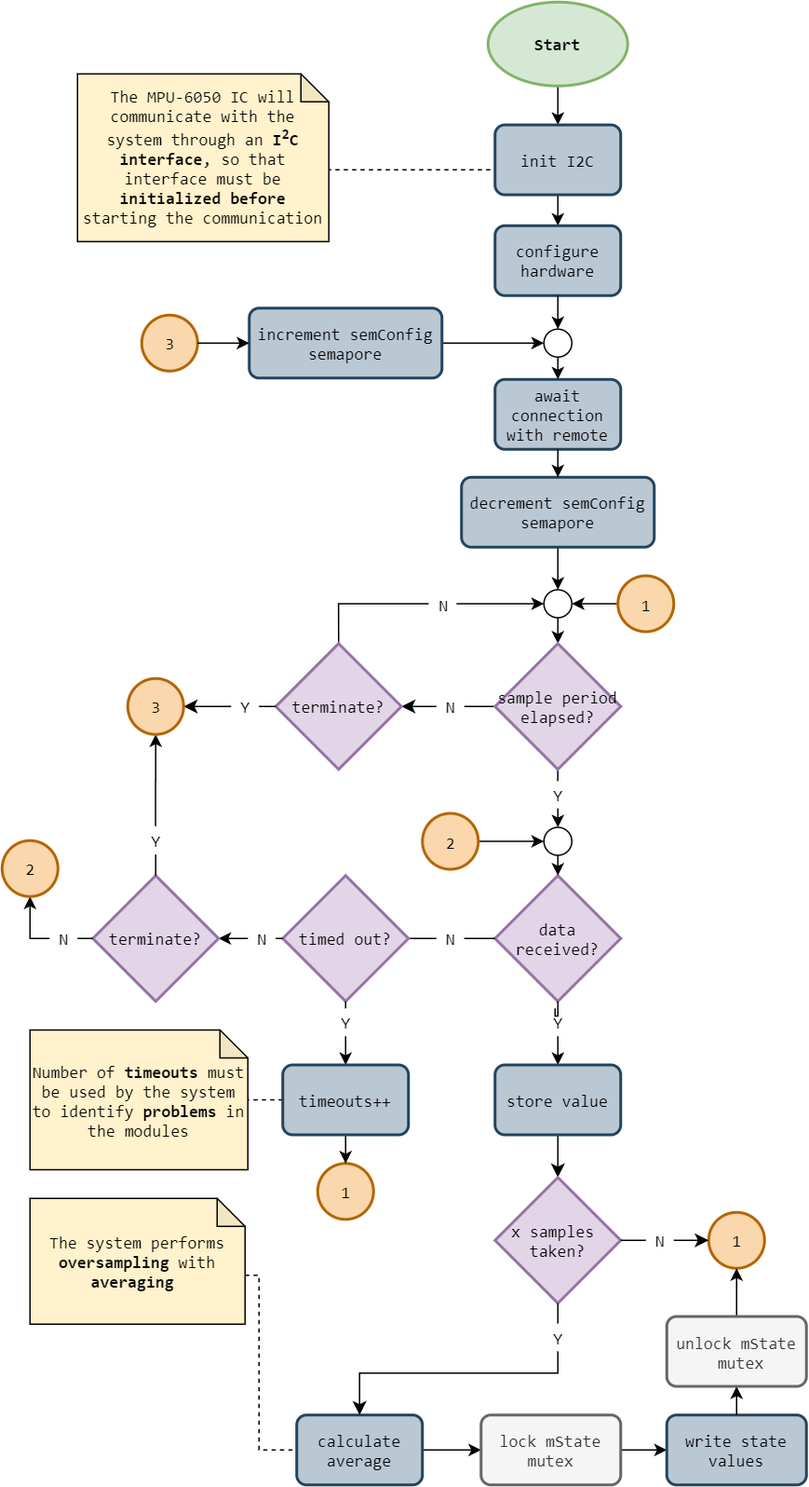
esrg-silent-howl/zephyrus keeps this draw.io diagram as 3. Design/3. Software Specification/acc_gyro_flowchart-local.png. Above is the earlier version. Source tidied: cells renumbered, new cells last; positions are measured from the earlier drawing's top-left corner, leaving out a move shared by most shapes.
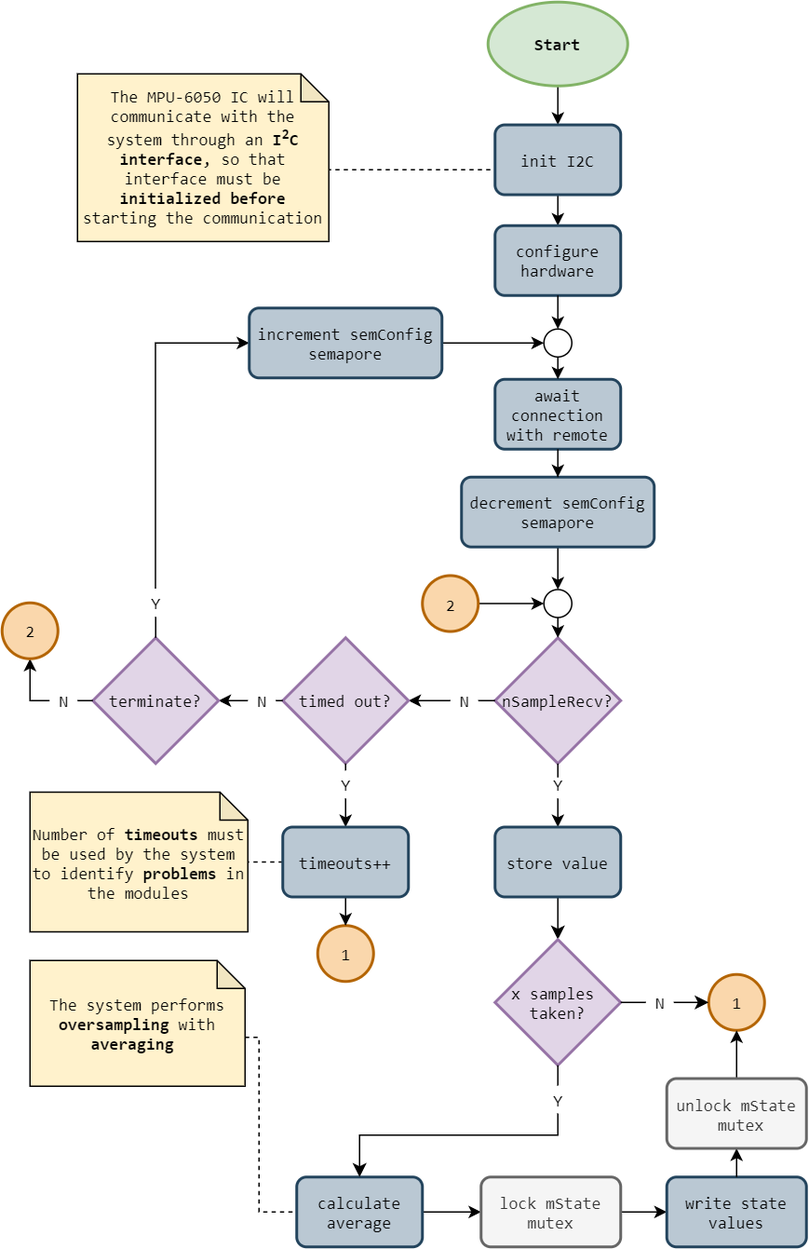
Above is the later version.

The edit, as a diff of the source:
```diff
@@ -6,19 +6,15 @@
       <mxGeometry relative="1" as="geometry" />
     </mxCell>
     <mxCell id="3" value="Start" style="strokeWidth=2;html=1;shape=mxgraph.flowchart.start_1;whiteSpace=wrap;fillColor=#d5e8d4;strokeColor=#82b366;fontStyle=1;fontFamily=Consolas;" parent="1" vertex="1">
-      <mxGeometry x="348" width="100" height="60" as="geometry" />
+      <mxGeometry x="348" y="170" width="100" height="60" as="geometry" />
     </mxCell>
     <mxCell id="4" style="edgeStyle=orthogonalEdgeStyle;rounded=0;jettySize=auto;html=1;exitX=0.5;exitY=1;exitDx=0;exitDy=0;exitPerimeter=0;entryX=0.5;entryY=0;entryDx=0;entryDy=0;fontFamily=Consolas;" parent="1" edge="1" source="32" target="57">
       <mxGeometry relative="1" as="geometry" />
     </mxCell>
-    <mxCell id="5" style="edgeStyle=orthogonalEdgeStyle;rounded=0;jettySize=auto;html=1;exitX=0;exitY=0.5;exitDx=0;exitDy=0;exitPerimeter=0;fontFamily=Consolas;" parent="1" edge="1" source="30" target="17">
-      <mxGeometry relative="1" as="geometry">
-        <Array as="points">
-          <mxPoint x="246" y="670.5" />
-        </Array>
-      </mxGeometry>
+    <mxCell id="5" style="edgeStyle=orthogonalEdgeStyle;rounded=0;jettySize=auto;html=1;exitX=0;exitY=0.5;exitDx=0;exitDy=0;exitPerimeter=0;fontFamily=Consolas;entryX=1;entryY=0.5;entryDx=0;entryDy=0;entryPerimeter=0;" parent="1" edge="1" source="30" target="17">
+      <mxGeometry relative="1" as="geometry" />
     </mxCell>
-    <mxCell id="6" value="data&lt;br&gt;received?" style="strokeWidth=2;html=1;shape=mxgraph.flowchart.decision;whiteSpace=wrap;fillColor=#e1d5e7;strokeColor=#9673a6;fontFamily=Consolas;" parent="1" vertex="1">
+    <mxCell id="6" value="nSampleRecv?" style="strokeWidth=2;html=1;shape=mxgraph.flowchart.decision;whiteSpace=wrap;fillColor=#e1d5e7;strokeColor=#9673a6;fontFamily=Consolas;" parent="1" vertex="1">
       <mxGeometry x="353" y="625" width="90" height="90" as="geometry" />
     </mxCell>
     <mxCell id="7" style="edgeStyle=orthogonalEdgeStyle;rounded=0;jettySize=auto;html=1;exitX=0.5;exitY=1;exitDx=0;exitDy=0;exitPerimeter=0;entryX=0.5;entryY=0;entryDx=0;entryDy=0;entryPerimeter=0;fontFamily=Consolas;" parent="1" edge="1" source="12" target="6">
@@ -27,9 +23,6 @@
     <mxCell id="8" style="edgeStyle=orthogonalEdgeStyle;rounded=0;jettySize=auto;html=1;exitX=0.5;exitY=1;exitDx=0;exitDy=0;entryX=0.5;entryY=0;entryDx=0;entryDy=0;fontFamily=Consolas;" parent="1" edge="1" source="54" target="55">
       <mxGeometry relative="1" as="geometry" />
     </mxCell>
-    <mxCell id="9" style="edgeStyle=orthogonalEdgeStyle;rounded=0;jettySize=auto;html=1;exitX=0.5;exitY=1;exitDx=0;exitDy=0;entryX=0.5;entryY=0;entryDx=0;entryDy=0;entryPerimeter=0;fontFamily=Consolas;" parent="1" edge="1" source="14" target="39">
-      <mxGeometry relative="1" as="geometry" />
-    </mxCell>
     <mxCell id="10" style="edgeStyle=orthogonalEdgeStyle;rounded=0;jettySize=auto;html=1;dashed=1;endArrow=none;endFill=0;exitX=0;exitY=0;exitDx=154;exitDy=55;exitPerimeter=0;entryX=0;entryY=0.5;entryDx=0;entryDy=0;fontFamily=Consolas;" parent="1" edge="1" source="11" target="60">
       <mxGeometry relative="1" as="geometry">
         <Array as="points">
@@ -44,12 +37,6 @@
     <mxCell id="12" style="ellipse;whiteSpace=wrap;html=1;fontFamily=Consolas;" parent="1" vertex="1">
       <mxGeometry x="388" y="590.5" width="20" height="20" as="geometry" />
     </mxCell>
-    <mxCell id="13" style="edgeStyle=orthogonalEdgeStyle;rounded=0;jettySize=auto;html=1;exitX=0.5;exitY=1;exitDx=0;exitDy=0;exitPerimeter=0;entryX=0.5;entryY=0;entryDx=0;entryDy=0;entryPerimeter=0;fontFamily=Consolas;" parent="1" edge="1" source="29" target="12">
-      <mxGeometry relative="1" as="geometry" />
-    </mxCell>
-    <mxCell id="14" style="ellipse;whiteSpace=wrap;html=1;fontFamily=Consolas;" parent="1" vertex="1">
-      <mxGeometry x="388" y="420.5" width="20" height="20" as="geometry" />
-    </mxCell>
     <mxCell id="15" style="edgeStyle=orthogonalEdgeStyle;rounded=0;jettySize=auto;html=1;exitX=0;exitY=0.5;exitDx=0;exitDy=0;exitPerimeter=0;entryX=1;entryY=0.5;entryDx=0;entryDy=0;entryPerimeter=0;startArrow=none;startFill=0;endArrow=classic;endFill=1;fontFamily=Consolas;" parent="1" edge="1" source="46" target="43">
       <mxGeometry relative="1" as="geometry" />
     </mxCell>
@@ -59,19 +46,10 @@
     <mxCell id="17" value="timed out?" style="strokeWidth=2;html=1;shape=mxgraph.flowchart.decision;whiteSpace=wrap;fillColor=#e1d5e7;strokeColor=#9673a6;fontFamily=Consolas;" parent="1" vertex="1">
       <mxGeometry x="201" y="625" width="90" height="90" as="geometry" />
     </mxCell>
-    <mxCell id="18" style="edgeStyle=orthogonalEdgeStyle;rounded=0;jettySize=auto;html=1;endArrow=classic;endFill=1;exitX=0;exitY=0.5;exitDx=0;exitDy=0;exitPerimeter=0;fontFamily=Consolas;" parent="1" edge="1" source="19" target="14">
-      <mxGeometry relative="1" as="geometry">
-        <Array as="points">
-          <mxPoint x="441" y="430.5" />
-          <mxPoint x="441" y="430.5" />
-        </Array>
-      </mxGeometry>
-    </mxCell>
-    <mxCell id="19" value="1" style="verticalLabelPosition=middle;verticalAlign=middle;html=1;shape=mxgraph.flowchart.on-page_reference;strokeWidth=2;align=center;labelPosition=center;fillColor=#fad7ac;strokeColor=#b46504;fontFamily=Consolas;" parent="1" vertex="1">
-      <mxGeometry x="441" y="410.5" width="40" height="40" as="geometry" />
-    </mxCell>
-    <mxCell id="20" style="edgeStyle=orthogonalEdgeStyle;rounded=0;jettySize=auto;html=1;exitX=0.5;exitY=1;exitDx=0;exitDy=0;fontFamily=Consolas;" parent="1" edge="1" source="86" target="14">
-      <mxGeometry relative="1" as="geometry" />
+    <mxCell id="20" style="edgeStyle=orthogonalEdgeStyle;rounded=0;jettySize=auto;html=1;exitX=0.5;exitY=1;exitDx=0;exitDy=0;fontFamily=Consolas;" parent="1" edge="1" source="86">
+      <mxGeometry relative="1" as="geometry">
+        <mxPoint x="398" y="590.5" as="targetPoint" />
+      </mxGeometry>
     </mxCell>
     <mxCell id="21" value="1" style="verticalLabelPosition=middle;verticalAlign=middle;html=1;shape=mxgraph.flowchart.on-page_reference;strokeWidth=2;align=center;labelPosition=center;fillColor=#fad7ac;strokeColor=#b46504;fontFamily=Consolas;" parent="1" vertex="1">
       <mxGeometry x="226" y="831" width="40" height="40" as="geometry" />
@@ -92,29 +70,21 @@
     <mxCell id="25" style="edgeStyle=orthogonalEdgeStyle;rounded=0;jettySize=auto;html=1;endArrow=none;endFill=0;dashed=1;entryX=0;entryY=0.5;entryDx=0;entryDy=0;fontFamily=Consolas;exitX=0;exitY=0;exitDx=180;exitDy=70;exitPerimeter=0;" parent="1" edge="1" source="26" target="54">
       <mxGeometry relative="1" as="geometry">
         <Array as="points">
-          <mxPoint x="353" y="120" />
+          <mxPoint x="353" y="290" />
         </Array>
       </mxGeometry>
     </mxCell>
     <mxCell id="26" value="The MPU-6050 IC will communicate with the system through an &lt;b&gt;I&lt;sup&gt;2&lt;/sup&gt;C interface&lt;/b&gt;, so that interface must be &lt;b&gt;initialized before&lt;/b&gt; starting the communication" style="shape=note;html=1;backgroundOutline=1;darkOpacity=0.05;size=20;fillColor=#fff2cc;strokeColor=#000000;whiteSpace=wrap;fontFamily=Consolas;" parent="1" vertex="1">
-      <mxGeometry x="54" y="51.4" width="180" height="120" as="geometry" />
+      <mxGeometry x="54" y="221.4" width="180" height="120" as="geometry" />
     </mxCell>
-    <mxCell id="27" style="edgeStyle=orthogonalEdgeStyle;rounded=0;jettySize=auto;html=1;entryX=0;entryY=0.5;entryDx=0;entryDy=0;endArrow=classic;endFill=1;fontFamily=Consolas;" parent="1" edge="1" source="34" target="14">
-      <mxGeometry relative="1" as="geometry" />
-    </mxCell>
-    <mxCell id="28" style="edgeStyle=orthogonalEdgeStyle;rounded=0;jettySize=auto;html=1;startArrow=none;startFill=0;endArrow=none;endFill=0;entryX=0.5;entryY=1;entryDx=0;entryDy=0;entryPerimeter=0;exitX=0.495;exitY=0.019;exitDx=0;exitDy=0;exitPerimeter=0;fontFamily=Consolas;" parent="1" edge="1" source="29" target="39">
-      <mxGeometry relative="1" as="geometry" />
-    </mxCell>
-    <mxCell id="29" value="Y" style="text;html=1;align=center;verticalAlign=middle;points=[];fontFamily=Consolas;" parent="1" vertex="1">
-      <mxGeometry x="388" y="557" width="20" height="20" as="geometry" />
-    </mxCell>
     <mxCell id="30" value="N" style="text;html=1;align=center;verticalAlign=middle;points=[];fontFamily=Consolas;" parent="1" vertex="1">
-      <mxGeometry x="311" y="660" width="20" height="20" as="geometry" />
+      <mxGeometry x="321" y="660" width="20" height="20" as="geometry" />
     </mxCell>
     <mxCell id="31" style="edgeStyle=orthogonalEdgeStyle;rounded=0;jettySize=auto;html=1;exitX=0;exitY=0.5;exitDx=0;exitDy=0;exitPerimeter=0;endArrow=none;endFill=0;fontFamily=Consolas;" parent="1" edge="1" source="6" target="30">
       <mxGeometry relative="1" as="geometry">
         <Array as="points">
-          <mxPoint x="331" y="670.5" />
+          <mxPoint x="344" y="670" />
+          <mxPoint x="344" y="670" />
         </Array>
       </mxGeometry>
     </mxCell>
@@ -124,35 +94,10 @@
     <mxCell id="33" style="edgeStyle=orthogonalEdgeStyle;rounded=0;jettySize=auto;html=1;exitX=0.5;exitY=1;exitDx=0;exitDy=0;exitPerimeter=0;endArrow=none;endFill=0;fontFamily=Consolas;" parent="1" edge="1" source="6" target="32">
       <mxGeometry relative="1" as="geometry">
         <Array as="points">
-          <mxPoint x="396" y="725.5" />
-          <mxPoint x="396" y="725.5" />
+          <mxPoint x="398" y="725" />
         </Array>
       </mxGeometry>
     </mxCell>
-    <mxCell id="34" value="N" style="text;html=1;align=center;verticalAlign=middle;points=[];fontFamily=Consolas;" parent="1" vertex="1">
-      <mxGeometry x="305.5" y="420.5" width="20" height="20" as="geometry" />
-    </mxCell>
-    <mxCell id="35" style="edgeStyle=orthogonalEdgeStyle;rounded=0;jettySize=auto;html=1;exitX=0.5;exitY=0;exitDx=0;exitDy=0;exitPerimeter=0;entryX=0;entryY=0.5;entryDx=0;entryDy=0;endArrow=none;endFill=0;fontFamily=Consolas;" parent="1" edge="1" source="41" target="34">
-      <mxGeometry relative="1" as="geometry" />
-    </mxCell>
-    <mxCell id="36" style="edgeStyle=orthogonalEdgeStyle;rounded=0;jettySize=auto;html=1;entryX=1;entryY=0.5;entryDx=0;entryDy=0;entryPerimeter=0;startArrow=none;startFill=0;endArrow=classic;endFill=1;endSize=7;fontFamily=Consolas;" parent="1" edge="1" source="37" target="41">
-      <mxGeometry relative="1" as="geometry" />
-    </mxCell>
-    <mxCell id="37" value="N" style="text;html=1;align=center;verticalAlign=middle;points=[];fontFamily=Consolas;" parent="1" vertex="1">
-      <mxGeometry x="311" y="494" width="20" height="20" as="geometry" />
-    </mxCell>
-    <mxCell id="38" style="edgeStyle=orthogonalEdgeStyle;rounded=0;jettySize=auto;html=1;exitX=0;exitY=0.5;exitDx=0;exitDy=0;exitPerimeter=0;fontFamily=Consolas;endArrow=none;endFill=0;" parent="1" edge="1" source="39" target="37">
-      <mxGeometry relative="1" as="geometry" />
-    </mxCell>
-    <mxCell id="39" value="sample period&lt;br&gt;elapsed?" style="strokeWidth=2;html=1;shape=mxgraph.flowchart.decision;whiteSpace=wrap;fillColor=#e1d5e7;strokeColor=#9673a6;fontFamily=Consolas;" parent="1" vertex="1">
-      <mxGeometry x="353" y="459" width="90" height="90" as="geometry" />
-    </mxCell>
-    <mxCell id="40" style="edgeStyle=orthogonalEdgeStyle;rounded=0;jettySize=auto;html=1;exitX=0;exitY=0.5;exitDx=0;exitDy=0;exitPerimeter=0;entryX=1;entryY=0.5;entryDx=0;entryDy=0;startArrow=none;startFill=0;endArrow=classic;endFill=1;endSize=7;fontFamily=Consolas;entryPerimeter=0;" parent="1" edge="1" source="49" target="83">
-      <mxGeometry relative="1" as="geometry" />
-    </mxCell>
-    <mxCell id="41" value="terminate?" style="strokeWidth=2;html=1;shape=mxgraph.flowchart.decision;whiteSpace=wrap;fillColor=#e1d5e7;strokeColor=#9673a6;fontFamily=Consolas;" parent="1" vertex="1">
-      <mxGeometry x="196" y="459" width="90" height="90" as="geometry" />
-    </mxCell>
     <mxCell id="42" style="edgeStyle=orthogonalEdgeStyle;rounded=0;jettySize=auto;html=1;exitX=0;exitY=0.5;exitDx=0;exitDy=0;exitPerimeter=0;entryX=0.5;entryY=1;entryDx=0;entryDy=0;entryPerimeter=0;startArrow=none;startFill=0;endArrow=classic;endFill=1;" parent="1" edge="1" source="75" target="74">
       <mxGeometry relative="1" as="geometry" />
     </mxCell>
@@ -179,31 +124,20 @@
         </Array>
       </mxGeometry>
     </mxCell>
-    <mxCell id="49" value="Y" style="text;html=1;align=center;verticalAlign=middle;points=[];fontFamily=Consolas;" parent="1" vertex="1">
-      <mxGeometry x="164" y="494" width="20" height="20" as="geometry" />
-    </mxCell>
-    <mxCell id="50" style="edgeStyle=orthogonalEdgeStyle;rounded=0;jettySize=auto;html=1;exitX=0;exitY=0.5;exitDx=0;exitDy=0;exitPerimeter=0;startArrow=none;startFill=0;endArrow=none;endFill=0;endSize=7;fontFamily=Consolas;" parent="1" edge="1" source="41" target="49">
-      <mxGeometry relative="1" as="geometry">
-        <Array as="points">
-          <mxPoint x="184" y="504" />
-          <mxPoint x="184" y="504" />
-        </Array>
-      </mxGeometry>
-    </mxCell>
     <mxCell id="51" value="Y" style="text;html=1;align=center;verticalAlign=middle;points=[];fontFamily=Consolas;" parent="1" vertex="1">
       <mxGeometry x="100" y="590" width="20" height="20" as="geometry" />
     </mxCell>
-    <mxCell id="52" style="edgeStyle=orthogonalEdgeStyle;rounded=0;jettySize=auto;html=1;startArrow=classic;startFill=1;endArrow=none;endFill=0;endSize=7;entryX=0.495;entryY=-0.014;entryDx=0;entryDy=0;entryPerimeter=0;fontFamily=Consolas;" parent="1" edge="1" source="83" target="51">
+    <mxCell id="52" style="edgeStyle=orthogonalEdgeStyle;rounded=0;jettySize=auto;html=1;startArrow=classic;startFill=1;endArrow=none;endFill=0;endSize=7;entryX=0.495;entryY=-0.014;entryDx=0;entryDy=0;entryPerimeter=0;fontFamily=Consolas;exitX=0;exitY=0.5;exitDx=0;exitDy=0;" parent="1" edge="1" source="88" target="51">
       <mxGeometry relative="1" as="geometry" />
     </mxCell>
     <mxCell id="53" value="1" style="verticalLabelPosition=middle;verticalAlign=middle;html=1;shape=mxgraph.flowchart.on-page_reference;strokeWidth=2;align=center;labelPosition=center;fillColor=#fad7ac;strokeColor=#b46504;fontFamily=Consolas;" parent="1" vertex="1">
       <mxGeometry x="506" y="866" width="40" height="40" as="geometry" />
     </mxCell>
     <mxCell id="54" value="init I2C" style="rounded=1;whiteSpace=wrap;html=1;absoluteArcSize=1;arcSize=14;strokeWidth=2;fillColor=#bac8d3;strokeColor=#23445d;fontFamily=Consolas;" parent="1" vertex="1">
-      <mxGeometry x="353" y="87.9" width="90" height="50" as="geometry" />
+      <mxGeometry x="353" y="257.9" width="90" height="50" as="geometry" />
     </mxCell>
     <mxCell id="55" value="configure hardware" style="rounded=1;whiteSpace=wrap;html=1;absoluteArcSize=1;arcSize=14;strokeWidth=2;fillColor=#bac8d3;strokeColor=#23445d;fontFamily=Consolas;" parent="1" vertex="1">
-      <mxGeometry x="353" y="160" width="90" height="50" as="geometry" />
+      <mxGeometry x="353" y="330" width="90" height="50" as="geometry" />
     </mxCell>
     <mxCell id="56" style="edgeStyle=orthogonalEdgeStyle;rounded=0;jettySize=auto;html=1;exitX=0.5;exitY=1;exitDx=0;exitDy=0;entryX=0.5;entryY=0;entryDx=0;entryDy=0;entryPerimeter=0;startArrow=none;startFill=0;endArrow=classic;endFill=1;endSize=7;fontFamily=Consolas;" parent="1" edge="1" source="57" target="63">
       <mxGeometry relative="1" as="geometry" />
@@ -282,47 +216,38 @@
       <mxGeometry x="301" y="580.5" width="40" height="40" as="geometry" />
     </mxCell>
     <mxCell id="79" value="await connection with remote" style="rounded=1;whiteSpace=wrap;html=1;absoluteArcSize=1;arcSize=14;strokeWidth=2;fillColor=#bac8d3;strokeColor=#23445d;fontFamily=Consolas;" parent="1" vertex="1">
-      <mxGeometry x="353" y="270" width="90" height="50" as="geometry" />
+      <mxGeometry x="353" y="440" width="90" height="50" as="geometry" />
     </mxCell>
     <mxCell id="80" style="edgeStyle=orthogonalEdgeStyle;rounded=0;jettySize=auto;html=1;exitX=0.5;exitY=1;exitDx=0;exitDy=0;fontFamily=Consolas;" parent="1" edge="1" source="81" target="79">
       <mxGeometry relative="1" as="geometry">
         <Array as="points">
-          <mxPoint x="398" y="260" />
-          <mxPoint x="398" y="260" />
+          <mxPoint x="398" y="430" />
+          <mxPoint x="398" y="430" />
         </Array>
       </mxGeometry>
     </mxCell>
     <mxCell id="81" style="ellipse;whiteSpace=wrap;html=1;fontFamily=Consolas;" parent="1" vertex="1">
-      <mxGeometry x="388" y="234" width="20" height="20" as="geometry" />
+      <mxGeometry x="388" y="404" width="20" height="20" as="geometry" />
     </mxCell>
     <mxCell id="82" style="edgeStyle=orthogonalEdgeStyle;rounded=0;jettySize=auto;html=1;exitX=0.5;exitY=1;exitDx=0;exitDy=0;fontFamily=Consolas;" parent="1" edge="1" source="55" target="81">
       <mxGeometry relative="1" as="geometry">
         <Array as="points">
-          <mxPoint x="398" y="230" />
-          <mxPoint x="398" y="230" />
+          <mxPoint x="398" y="400" />
+          <mxPoint x="398" y="400" />
         </Array>
       </mxGeometry>
     </mxCell>
-    <mxCell id="83" value="3" style="verticalLabelPosition=middle;verticalAlign=middle;html=1;shape=mxgraph.flowchart.on-page_reference;strokeWidth=2;align=center;labelPosition=center;fillColor=#fad7ac;strokeColor=#b46504;fontFamily=Consolas;" parent="1" vertex="1">
-      <mxGeometry x="90" y="484" width="40" height="40" as="geometry" />
-    </mxCell>
     <mxCell id="84" style="edgeStyle=orthogonalEdgeStyle;rounded=0;jettySize=auto;html=1;entryX=0;entryY=0.5;entryDx=0;entryDy=0;" parent="1" edge="1" source="88" target="81">
       <mxGeometry relative="1" as="geometry" />
     </mxCell>
-    <mxCell id="85" value="3" style="verticalLabelPosition=middle;verticalAlign=middle;html=1;shape=mxgraph.flowchart.on-page_reference;strokeWidth=2;align=center;labelPosition=center;fillColor=#fad7ac;strokeColor=#b46504;fontFamily=Consolas;" parent="1" vertex="1">
-      <mxGeometry x="100" y="224" width="40" height="40" as="geometry" />
-    </mxCell>
     <mxCell id="86" value="decrement semConfig semapore" style="rounded=1;whiteSpace=wrap;html=1;absoluteArcSize=1;arcSize=14;strokeWidth=2;fillColor=#bac8d3;strokeColor=#23445d;fontFamily=Consolas;" parent="1" vertex="1">
-      <mxGeometry x="329" y="340" width="138" height="50" as="geometry" />
+      <mxGeometry x="329" y="510" width="138" height="50" as="geometry" />
     </mxCell>
     <mxCell id="87" style="edgeStyle=orthogonalEdgeStyle;rounded=0;jettySize=auto;html=1;exitX=0.5;exitY=1;exitDx=0;exitDy=0;fontFamily=Consolas;" parent="1" edge="1" source="79" target="86">
       <mxGeometry relative="1" as="geometry" />
     </mxCell>
     <mxCell id="88" value="increment semConfig semapore" style="rounded=1;whiteSpace=wrap;html=1;absoluteArcSize=1;arcSize=14;strokeWidth=2;fillColor=#bac8d3;strokeColor=#23445d;fontFamily=Consolas;" parent="1" vertex="1">
-      <mxGeometry x="177" y="219" width="138" height="50" as="geometry" />
+      <mxGeometry x="177" y="389" width="138" height="50" as="geometry" />
     </mxCell>
-    <mxCell id="89" style="edgeStyle=orthogonalEdgeStyle;rounded=0;jettySize=auto;html=1;entryX=0;entryY=0.5;entryDx=0;entryDy=0;" parent="1" edge="1" source="85" target="88">
-      <mxGeometry relative="1" as="geometry" />
-    </mxCell>
   </root>
 </mxGraphModel>
```
